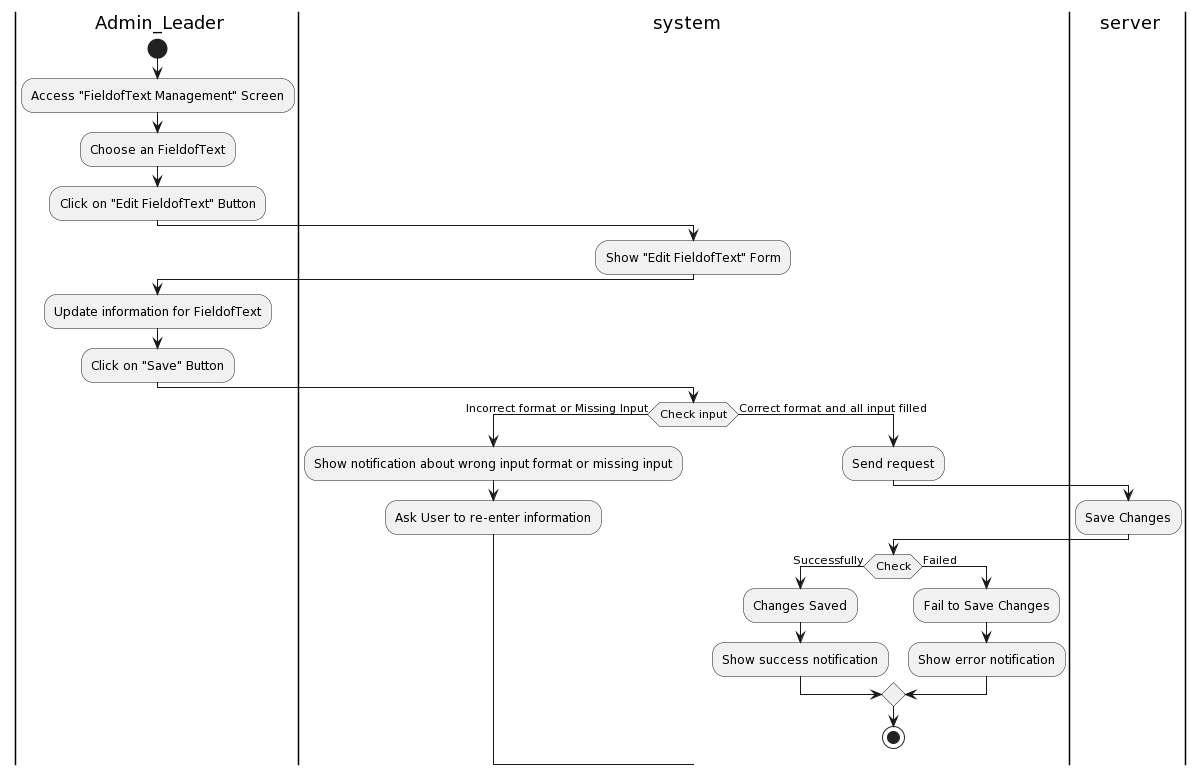
Earlier version of the PlantUML export Lab1/Lab1.2/Activity Diagram/SystemManagement/FieldofTextManagement/EditFieldofText/EditFieldofText.png (khoapham1003/SE357-Pratice-class).
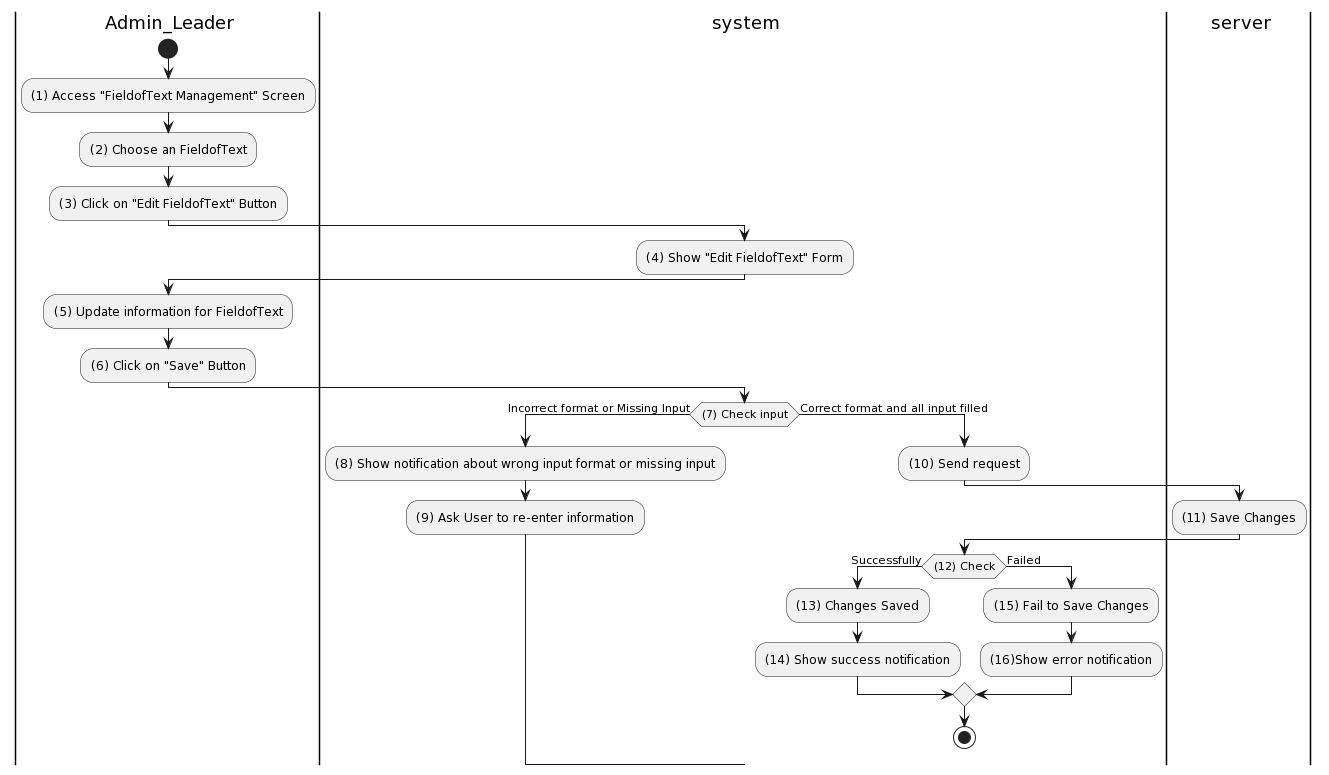
The same diagram one commit later.

Diff of the diagram source:
```diff
@@ -4,30 +4,30 @@
 |ser| server
 |a|
 start
-:Access "FieldofText Management" Screen;
-:Choose an FieldofText;
-:Click on "Edit FieldofText" Button;
+:(1) Access "FieldofText Management" Screen;
+:(2) Choose an FieldofText;
+:(3) Click on "Edit FieldofText" Button;
 |sys|
-:Show "Edit FieldofText" Form;
+:(4) Show "Edit FieldofText" Form;
 |a|
-:Update information for FieldofText;
-:Click on "Save" Button;
+:(5) Update information for FieldofText;
+:(6) Click on "Save" Button;
 |sys|
-if (Check input) then (Incorrect format or Missing Input)
-:Show notification about wrong input format or missing input;
-:Ask User to re-enter information;
+if ((7) Check input) then (Incorrect format or Missing Input)
+:(8) Show notification about wrong input format or missing input;
+:(9) Ask User to re-enter information;
 else (Correct format and all input filled)
 |sys|
-:Send request;
+:(10) Send request;
 |ser|
-:Save Changes;
+:(11) Save Changes;
 |sys|
-if(Check) then (Successfully)
-:Changes Saved;
-:Show success notification;
+if((12) Check) then (Successfully)
+:(13) Changes Saved;
+:(14) Show success notification;
 else (Failed)
-:Fail to Save Changes;
-:Show error notification;
+:(15) Fail to Save Changes;
+:(16)Show error notification;
 endif
 
 stop
```
